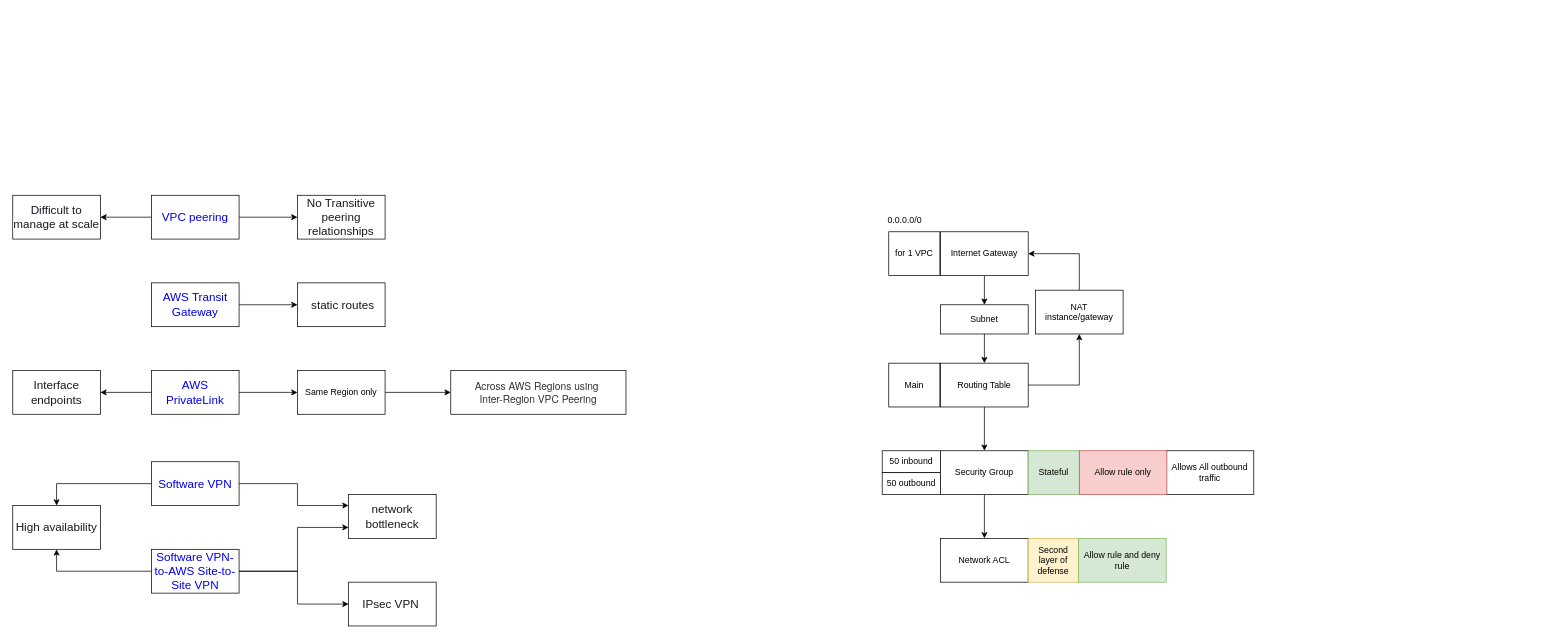
Earlier version of the draw.io diagram page "vpc" (2 of 4) of drawio/aws/s3.drawio (cmkam/architecture). Source tidied: cells renumbered, new cells numbered last; positions are measured from the earlier drawing's top-left corner, leaving out a move shared by most shapes. Both pictures are drawn from the tidied source at 73%, with x=0, y=0 at pixel (12, 195).
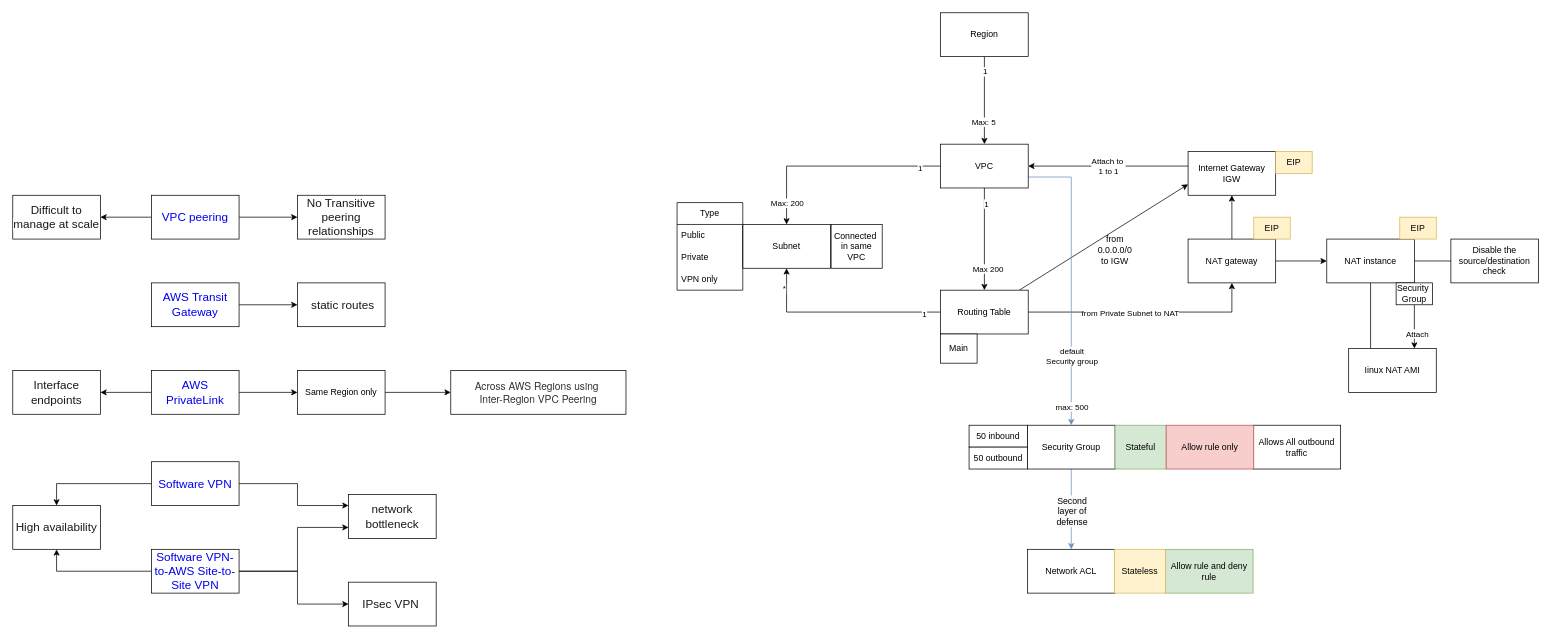
After the change.

The edit, as a diff of the source:
```diff
@@
-    <mxCell id="27" style="edgeStyle=orthogonalEdgeStyle;rounded=0;jettySize=auto;html=1;entryX=0.5;entryY=1;entryDx=0;entryDy=0;" parent="1" edge="1" source="29" target="40">
+    <mxCell id="27" style="edgeStyle=orthogonalEdgeStyle;rounded=0;jettySize=auto;html=1;entryX=0.5;entryY=1;entryDx=0;entryDy=0;exitX=1;exitY=0.5;exitDx=0;exitDy=0;" parent="1" edge="1" source="29" target="40">
       <mxGeometry relative="1" as="geometry" />
     </mxCell>
-    <mxCell id="28" style="edgeStyle=orthogonalEdgeStyle;rounded=0;jettySize=auto;html=1;entryX=0.5;entryY=0;entryDx=0;entryDy=0;" parent="1" edge="1" source="29" target="31">
-      <mxGeometry relative="1" as="geometry" />
-    </mxCell>
+    <mxCell id="49" value="from Private Subnet to NAT" style="edgeLabel;html=1;align=center;verticalAlign=middle;" parent="27" vertex="1">
+      <mxGeometry x="-0.13" y="-1" relative="1" as="geometry" />
+    </mxCell>
+    <mxCell id="50" style="rounded=0;jettySize=auto;html=1;entryX=0;entryY=0.75;entryDx=0;entryDy=0;" parent="1" edge="1" source="29" target="38">
+      <mxGeometry relative="1" as="geometry" />
+    </mxCell>
+    <mxCell id="51" style="edgeStyle=orthogonalEdgeStyle;rounded=0;jettySize=auto;html=1;entryX=0.5;entryY=1;entryDx=0;entryDy=0;endArrow=classic;endFill=1;" parent="1" edge="1" source="29" target="48">
+      <mxGeometry relative="1" as="geometry" />
+    </mxCell>
+    <mxCell id="52" value="*" style="edgeLabel;html=1;align=center;verticalAlign=middle;" parent="51" vertex="1">
+      <mxGeometry x="0.8" y="4" relative="1" as="geometry" />
+    </mxCell>
+    <mxCell id="53" value="1" style="edgeLabel;html=1;align=center;verticalAlign=middle;" parent="51" vertex="1">
+      <mxGeometry x="-0.83" y="2" relative="1" as="geometry" />
+    </mxCell>
     <mxCell id="29" value="Routing Table" style="rounded=0;whiteSpace=wrap;html=1;" parent="1" vertex="1">
-      <mxGeometry x="1271" y="230" width="120" height="60" as="geometry" />
+      <mxGeometry x="1271" y="130" width="120" height="60" as="geometry" />
     </mxCell>
-    <mxCell id="30" style="edgeStyle=orthogonalEdgeStyle;rounded=0;jettySize=auto;html=1;" parent="1" edge="1" source="31" target="32">
-      <mxGeometry relative="1" as="geometry" />
+    <mxCell id="30" style="edgeStyle=orthogonalEdgeStyle;rounded=0;jettySize=auto;html=1;fillColor=#dae8fc;strokeColor=#6c8ebf;" parent="1" edge="1" source="31" target="32">
+      <mxGeometry relative="1" as="geometry">
+        <Array as="points">
+          <mxPoint x="1450" y="465" />
+          <mxPoint x="1450" y="465" />
+        </Array>
+      </mxGeometry>
     </mxCell>
+    <mxCell id="36" value="&lt;span style=&quot;font-size: 12px; text-wrap-mode: wrap; background-color: rgb(251, 251, 251);&quot;&gt;Second layer of&lt;/span&gt;&lt;div style=&quot;font-size: 12px; text-wrap-mode: wrap; background-color: rgb(251, 251, 251);&quot;&gt;defense&lt;/div&gt;" style="edgeLabel;html=1;align=center;verticalAlign=middle;" parent="30" vertex="1">
+      <mxGeometry x="0.07" y="5" relative="1" as="geometry">
+        <mxPoint x="-5" y="-2" as="offset" />
+      </mxGeometry>
+    </mxCell>
     <mxCell id="31" value="Security Group" style="rounded=0;whiteSpace=wrap;html=1;" parent="1" vertex="1">
-      <mxGeometry x="1271" y="350" width="120" height="60" as="geometry" />
+      <mxGeometry x="1390" y="315" width="120" height="60" as="geometry" />
     </mxCell>
     <mxCell id="32" value="Network ACL" style="rounded=0;whiteSpace=wrap;html=1;" parent="1" vertex="1">
-      <mxGeometry x="1271" y="470" width="120" height="60" as="geometry" />
+      <mxGeometry x="1390" y="485" width="120" height="60" as="geometry" />
     </mxCell>
     <mxCell id="33" value="Stateful" style="rounded=0;whiteSpace=wrap;html=1;fillColor=#d5e8d4;strokeColor=#82b366;" parent="1" vertex="1">
-      <mxGeometry x="1391" y="350" width="70" height="60" as="geometry" />
+      <mxGeometry x="1510" y="315" width="70" height="60" as="geometry" />
     </mxCell>
     <mxCell id="34" value="50 inbound" style="rounded=0;whiteSpace=wrap;html=1;" parent="1" vertex="1">
-      <mxGeometry x="1191" y="350" width="80" height="30" as="geometry" />
+      <mxGeometry x="1310" y="315" width="80" height="30" as="geometry" />
     </mxCell>
     <mxCell id="35" value="50 outbound" style="rounded=0;whiteSpace=wrap;html=1;" parent="1" vertex="1">
-      <mxGeometry x="1191" y="380" width="80" height="30" as="geometry" />
+      <mxGeometry x="1310" y="345" width="80" height="30" as="geometry" />
     </mxCell>
-    <mxCell id="36" value="Second layer of&lt;div&gt;defense&lt;/div&gt;" style="rounded=0;whiteSpace=wrap;html=1;fillColor=#fff2cc;strokeColor=#d6b656;" parent="1" vertex="1">
-      <mxGeometry x="1391" y="470" width="69" height="60" as="geometry" />
-    </mxCell>
-    <mxCell id="37" style="edgeStyle=orthogonalEdgeStyle;rounded=0;jettySize=auto;html=1;entryX=0.5;entryY=0;entryDx=0;entryDy=0;" parent="1" edge="1" source="38" target="48">
-      <mxGeometry relative="1" as="geometry" />
-    </mxCell>
+    <mxCell id="54" style="edgeStyle=orthogonalEdgeStyle;rounded=0;jettySize=auto;html=1;entryX=1;entryY=0.5;entryDx=0;entryDy=0;exitX=0;exitY=0.5;exitDx=0;exitDy=0;" parent="1" edge="1" source="38" target="66">
+      <mxGeometry relative="1" as="geometry">
+        <Array as="points">
+          <mxPoint x="1650" y="-40" />
+        </Array>
+      </mxGeometry>
+    </mxCell>
+    <mxCell id="55" value="Attach to&amp;nbsp;&lt;div&gt;1 to 1&lt;/div&gt;" style="edgeLabel;html=1;align=center;verticalAlign=middle;" parent="54" vertex="1">
+      <mxGeometry x="-0.06" y="-2" relative="1" as="geometry">
+        <mxPoint x="-55" y="2" as="offset" />
+      </mxGeometry>
+    </mxCell>
-    <mxCell id="38" value="Internet Gateway" style="rounded=0;whiteSpace=wrap;html=1;" parent="1" vertex="1">
-      <mxGeometry x="1271" y="50" width="120" height="60" as="geometry" />
+    <mxCell id="38" value="Internet Gateway&lt;div&gt;IGW&lt;/div&gt;" style="rounded=0;whiteSpace=wrap;html=1;" parent="1" vertex="1">
+      <mxGeometry x="1610" y="-60" width="120" height="60" as="geometry" />
     </mxCell>
-    <mxCell id="39" style="edgeStyle=orthogonalEdgeStyle;rounded=0;jettySize=auto;html=1;entryX=1;entryY=0.5;entryDx=0;entryDy=0;" parent="1" edge="1" source="40" target="38">
-      <mxGeometry relative="1" as="geometry">
-        <Array as="points">
-          <mxPoint x="1461" y="80" />
-        </Array>
-      </mxGeometry>
+    <mxCell id="39" style="edgeStyle=orthogonalEdgeStyle;rounded=0;jettySize=auto;html=1;entryX=0.5;entryY=1;entryDx=0;entryDy=0;" parent="1" edge="1" source="40" target="38">
+      <mxGeometry relative="1" as="geometry" />
     </mxCell>
+    <mxCell id="56" style="edgeStyle=orthogonalEdgeStyle;rounded=0;jettySize=auto;html=1;" parent="1" edge="1" source="40" target="80">
+      <mxGeometry relative="1" as="geometry" />
+    </mxCell>
-    <mxCell id="40" value="NAT instance/gateway" style="rounded=0;whiteSpace=wrap;html=1;" parent="1" vertex="1">
-      <mxGeometry x="1401" y="130" width="120" height="60" as="geometry" />
+    <mxCell id="40" value="NAT gateway" style="rounded=0;whiteSpace=wrap;html=1;" parent="1" vertex="1">
+      <mxGeometry x="1610" y="60" width="120" height="60" as="geometry" />
     </mxCell>
-    <mxCell id="41" value="0.0.0.0/0" style="text;html=1;align=center;verticalAlign=middle;whiteSpace=wrap;rounded=0;" parent="1" vertex="1">
-      <mxGeometry x="1192" y="20" width="60" height="30" as="geometry" />
+    <mxCell id="41" value="&lt;div&gt;from&lt;/div&gt;0.0.0.0/0&lt;div&gt;to IGW&lt;/div&gt;" style="text;html=1;align=center;verticalAlign=middle;whiteSpace=wrap;rounded=0;" parent="1" vertex="1">
+      <mxGeometry x="1480" y="60" width="60" height="30" as="geometry" />
     </mxCell>
     <mxCell id="42" value="Allows All outbound traffic" style="rounded=0;whiteSpace=wrap;html=1;" parent="1" vertex="1">
-      <mxGeometry x="1580" y="350" width="120" height="60" as="geometry" />
+      <mxGeometry x="1699" y="315" width="120" height="60" as="geometry" />
     </mxCell>
     <mxCell id="43" value="Allow rule only" style="rounded=0;whiteSpace=wrap;html=1;fillColor=#f8cecc;strokeColor=#b85450;" parent="1" vertex="1">
-      <mxGeometry x="1461" y="350" width="120" height="60" as="geometry" />
+      <mxGeometry x="1580" y="315" width="120" height="60" as="geometry" />
     </mxCell>
     <mxCell id="44" value="Allow rule and deny rule" style="rounded=0;whiteSpace=wrap;html=1;fillColor=#d5e8d4;strokeColor=#82b366;" parent="1" vertex="1">
-      <mxGeometry x="1460" y="470" width="120" height="60" as="geometry" />
+      <mxGeometry x="1579" y="485" width="120" height="60" as="geometry" />
     </mxCell>
-    <mxCell id="45" value="for 1 VPC" style="rounded=0;whiteSpace=wrap;html=1;" parent="1" vertex="1">
-      <mxGeometry x="1200" y="50" width="70" height="60" as="geometry" />
-    </mxCell>
     <mxCell id="46" value="Main" style="rounded=0;whiteSpace=wrap;html=1;" parent="1" vertex="1">
-      <mxGeometry x="1200" y="230" width="70" height="60" as="geometry" />
+      <mxGeometry x="1271" y="190" width="50" height="40" as="geometry" />
     </mxCell>
-    <mxCell id="47" style="edgeStyle=orthogonalEdgeStyle;rounded=0;jettySize=auto;html=1;entryX=0.5;entryY=0;entryDx=0;entryDy=0;" parent="1" edge="1" source="48" target="29">
-      <mxGeometry relative="1" as="geometry" />
-    </mxCell>
     <mxCell id="48" value="Subnet" style="rounded=0;whiteSpace=wrap;html=1;" parent="1" vertex="1">
-      <mxGeometry x="1271" y="150" width="120" height="40" as="geometry" />
+      <mxGeometry x="1000" y="40" width="120" height="60" as="geometry" />
     </mxCell>
+    <mxCell id="57" style="edgeStyle=orthogonalEdgeStyle;rounded=0;jettySize=auto;html=1;entryX=0.5;entryY=0;entryDx=0;entryDy=0;" parent="1" edge="1" source="66" target="48">
+      <mxGeometry relative="1" as="geometry" />
+    </mxCell>
+    <mxCell id="58" value="Max: 200" style="edgeLabel;html=1;align=center;verticalAlign=middle;" parent="57" vertex="1">
+      <mxGeometry x="-0.06" y="1" relative="1" as="geometry">
+        <mxPoint x="-74" y="49" as="offset" />
+      </mxGeometry>
+    </mxCell>
+    <mxCell id="59" value="1" style="edgeLabel;html=1;align=center;verticalAlign=middle;" parent="57" vertex="1">
+      <mxGeometry x="-0.8" y="2" relative="1" as="geometry" />
+    </mxCell>
+    <mxCell id="60" style="edgeStyle=orthogonalEdgeStyle;rounded=0;jettySize=auto;html=1;entryX=0.5;entryY=0;entryDx=0;entryDy=0;" parent="1" edge="1" source="66" target="29">
+      <mxGeometry relative="1" as="geometry" />
+    </mxCell>
+    <mxCell id="61" value="1" style="edgeLabel;html=1;align=center;verticalAlign=middle;" parent="60" vertex="1">
+      <mxGeometry x="-0.7" y="2" relative="1" as="geometry" />
+    </mxCell>
+    <mxCell id="62" value="Max 200" style="edgeLabel;html=1;align=center;verticalAlign=middle;" parent="60" vertex="1">
+      <mxGeometry x="0.71" y="4" relative="1" as="geometry">
+        <mxPoint y="-10" as="offset" />
+      </mxGeometry>
+    </mxCell>
+    <mxCell id="63" style="edgeStyle=orthogonalEdgeStyle;rounded=0;jettySize=auto;html=1;entryX=0.5;entryY=0;entryDx=0;entryDy=0;fillColor=#dae8fc;strokeColor=#6c8ebf;exitX=1;exitY=0.75;exitDx=0;exitDy=0;" parent="1" edge="1" source="66" target="31">
+      <mxGeometry relative="1" as="geometry">
+        <Array as="points">
+          <mxPoint x="1450" y="-25" />
+        </Array>
+      </mxGeometry>
+    </mxCell>
+    <mxCell id="64" value="default&lt;div&gt;Security group&lt;/div&gt;" style="edgeLabel;html=1;align=center;verticalAlign=middle;" parent="63" vertex="1">
+      <mxGeometry x="0.71" relative="1" as="geometry">
+        <mxPoint y="-37" as="offset" />
+      </mxGeometry>
+    </mxCell>
+    <mxCell id="65" value="max: 500" style="edgeLabel;html=1;align=center;verticalAlign=middle;" parent="63" vertex="1">
+      <mxGeometry x="0.89" y="-3" relative="1" as="geometry">
+        <mxPoint x="3" y="-4" as="offset" />
+      </mxGeometry>
+    </mxCell>
+    <mxCell id="66" value="VPC" style="rounded=0;whiteSpace=wrap;html=1;" parent="1" vertex="1">
+      <mxGeometry x="1271" y="-70" width="120" height="60" as="geometry" />
+    </mxCell>
+    <mxCell id="67" value="Connected&amp;nbsp;&lt;div&gt;in same&lt;/div&gt;&lt;div&gt;VPC&lt;/div&gt;" style="rounded=0;whiteSpace=wrap;html=1;" parent="1" vertex="1">
+      <mxGeometry x="1121" y="40" width="70" height="60" as="geometry" />
+    </mxCell>
+    <mxCell id="68" style="edgeStyle=orthogonalEdgeStyle;rounded=0;jettySize=auto;html=1;entryX=0.5;entryY=0;entryDx=0;entryDy=0;" parent="1" edge="1" source="71" target="66">
+      <mxGeometry relative="1" as="geometry" />
+    </mxCell>
+    <mxCell id="69" value="Max: 5" style="edgeLabel;html=1;align=center;verticalAlign=middle;" parent="68" vertex="1">
+      <mxGeometry x="0.49" y="-2" relative="1" as="geometry" />
+    </mxCell>
+    <mxCell id="70" value="1" style="edgeLabel;html=1;align=center;verticalAlign=middle;" parent="68" vertex="1">
+      <mxGeometry x="-0.67" relative="1" as="geometry" />
+    </mxCell>
+    <mxCell id="71" value="Region" style="rounded=0;whiteSpace=wrap;html=1;" parent="1" vertex="1">
+      <mxGeometry x="1271" y="-250" width="120" height="60" as="geometry" />
+    </mxCell>
+    <mxCell id="72" value="EIP" style="rounded=0;whiteSpace=wrap;html=1;fillColor=#fff2cc;strokeColor=#d6b656;" parent="1" vertex="1">
+      <mxGeometry x="1730" y="-60" width="50" height="30" as="geometry" />
+    </mxCell>
+    <mxCell id="73" value="Type" style="swimlane;fontStyle=0;horizontal=1;startSize=30;whiteSpace=wrap;html=1;" parent="1" vertex="1">
+      <mxGeometry x="910" y="10" width="90" height="120" as="geometry" />
+    </mxCell>
+    <mxCell id="74" value="Public" style="text;strokeColor=none;fillColor=none;align=left;verticalAlign=middle;spacingLeft=4;spacingRight=4;overflow=hidden;whiteSpace=wrap;html=1;" parent="73" vertex="1">
+      <mxGeometry y="30" width="90" height="30" as="geometry" />
+    </mxCell>
+    <mxCell id="75" value="Private" style="text;strokeColor=none;fillColor=none;align=left;verticalAlign=middle;spacingLeft=4;spacingRight=4;overflow=hidden;whiteSpace=wrap;html=1;" parent="73" vertex="1">
+      <mxGeometry y="60" width="90" height="30" as="geometry" />
+    </mxCell>
+    <mxCell id="76" value="VPN only" style="text;strokeColor=none;fillColor=none;align=left;verticalAlign=middle;spacingLeft=4;spacingRight=4;overflow=hidden;whiteSpace=wrap;html=1;" parent="73" vertex="1">
+      <mxGeometry y="90" width="90" height="30" as="geometry" />
+    </mxCell>
+    <mxCell id="77" value="Disable the source/destination check" style="rounded=0;whiteSpace=wrap;html=1;" parent="1" vertex="1">
+      <mxGeometry x="1970" y="60" width="120" height="60" as="geometry" />
+    </mxCell>
+    <mxCell id="78" style="edgeStyle=orthogonalEdgeStyle;rounded=0;jettySize=auto;html=1;endArrow=none;endFill=0;" parent="1" edge="1" source="80" target="77">
+      <mxGeometry relative="1" as="geometry" />
+    </mxCell>
+    <mxCell id="79" style="edgeStyle=orthogonalEdgeStyle;rounded=0;jettySize=auto;html=1;entryX=0.25;entryY=0;entryDx=0;entryDy=0;endArrow=none;endFill=0;" parent="1" edge="1" source="80" target="86">
+      <mxGeometry relative="1" as="geometry" />
+    </mxCell>
+    <mxCell id="80" value="NAT instance" style="rounded=0;whiteSpace=wrap;html=1;" parent="1" vertex="1">
+      <mxGeometry x="1800" y="60" width="120" height="60" as="geometry" />
+    </mxCell>
+    <mxCell id="81" value="EIP" style="rounded=0;whiteSpace=wrap;html=1;fillColor=#fff2cc;strokeColor=#d6b656;" parent="1" vertex="1">
+      <mxGeometry x="1700" y="30" width="50" height="30" as="geometry" />
+    </mxCell>
+    <mxCell id="82" value="EIP" style="rounded=0;whiteSpace=wrap;html=1;fillColor=#fff2cc;strokeColor=#d6b656;" parent="1" vertex="1">
+      <mxGeometry x="1900" y="30" width="50" height="30" as="geometry" />
+    </mxCell>
+    <mxCell id="83" style="edgeStyle=orthogonalEdgeStyle;rounded=0;jettySize=auto;html=1;entryX=0.75;entryY=0;entryDx=0;entryDy=0;" parent="1" edge="1" source="85" target="86">
+      <mxGeometry relative="1" as="geometry" />
+    </mxCell>
+    <mxCell id="84" value="Attach" style="edgeLabel;html=1;align=center;verticalAlign=middle;" parent="83" vertex="1">
+      <mxGeometry x="0.29" y="3" relative="1" as="geometry" />
+    </mxCell>
+    <mxCell id="85" value="Security&amp;nbsp;&lt;div&gt;Group&lt;/div&gt;" style="rounded=0;whiteSpace=wrap;html=1;" parent="1" vertex="1">
+      <mxGeometry x="1895" y="120" width="50" height="30" as="geometry" />
+    </mxCell>
+    <mxCell id="86" value="Iinux NAT AMI" style="rounded=0;whiteSpace=wrap;html=1;" parent="1" vertex="1">
+      <mxGeometry x="1830" y="210" width="120" height="60" as="geometry" />
+    </mxCell>
+    <mxCell id="87" value="Stateless" style="rounded=0;whiteSpace=wrap;html=1;fillColor=#fff2cc;strokeColor=#d6b656;" parent="1" vertex="1">
+      <mxGeometry x="1509" y="485" width="70" height="60" as="geometry" />
+    </mxCell>
```
